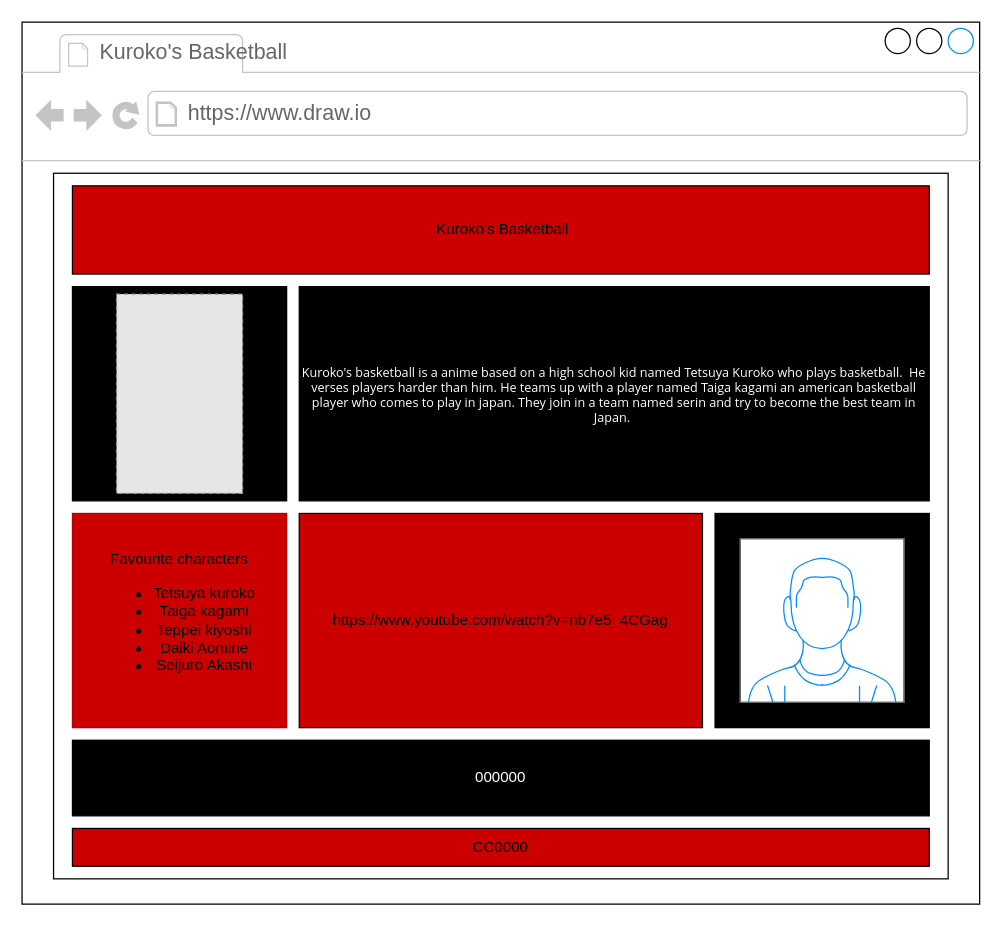
Above: wire frame.drawio in ASDAH-Digtal/18734-noah-aan (draw.io), before the change. Source tidied: cells renumbered, new cells numbered last; positions are measured from the earlier drawing's top-left corner, leaving out a move shared by most shapes. Both pictures are drawn from the tidied source at 126%, with x=0, y=0 at pixel (21, 21). Pictures stored in the file or linked from it are replaced by grey dashed boxes.
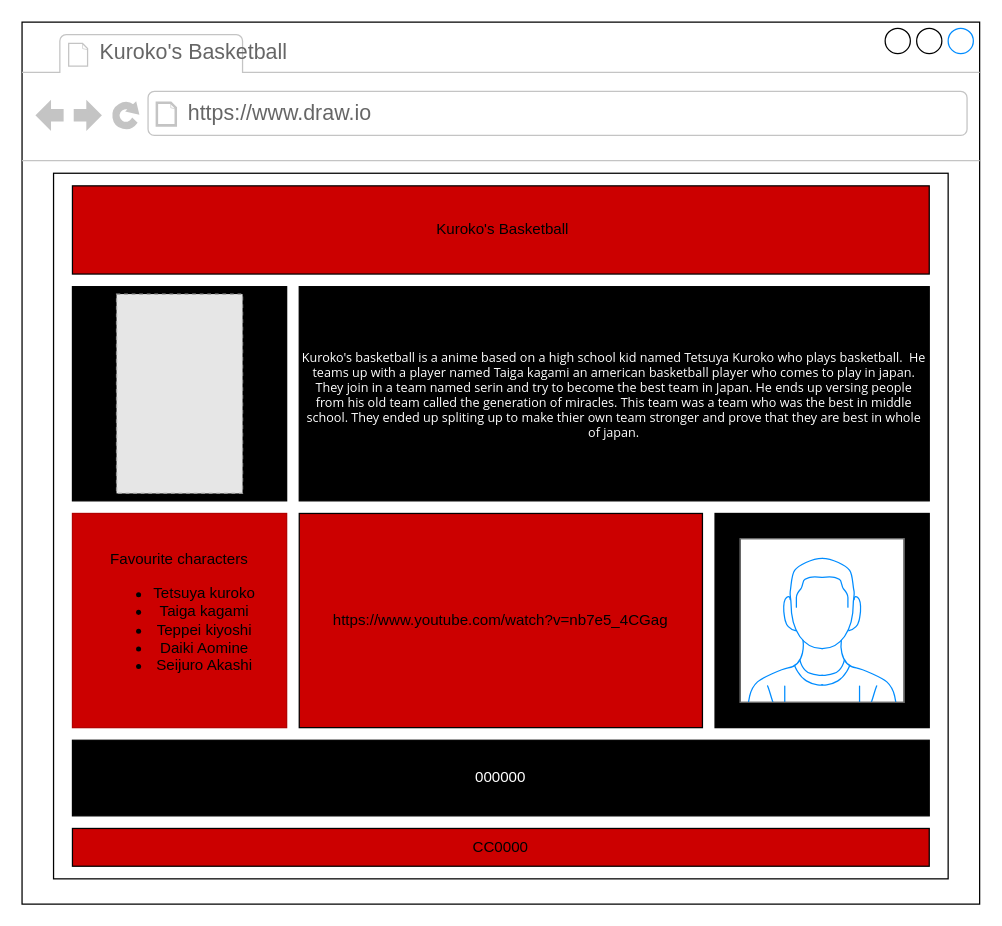
The same diagram, later.

Change to the diagram source:
```diff
@@
 <mxGraphModel>
   <root>
     <mxCell id="0" />
     <mxCell id="1" parent="0" />
     <mxCell id="2" style="strokeWidth=1;shadow=0;dashed=0;align=center;html=1;shape=mxgraph.mockup.containers.browserWindow;rSize=0;strokeColor2=#008cff;strokeColor3=#c4c4c4;mainText=,;" parent="1" vertex="1">
       <mxGeometry width="760" height="700" as="geometry" />
     </mxCell>
     <mxCell id="3" value="Kuroko's Basketball" style="strokeWidth=1;shadow=0;dashed=0;align=center;html=1;shape=mxgraph.mockup.containers.anchor;fontSize=17;fontColor=#666666;align=left;" parent="2" vertex="1">
       <mxGeometry x="60" y="12" width="110" height="26" as="geometry" />
     </mxCell>
     <mxCell id="4" value="https://www.draw.io" style="strokeWidth=1;shadow=0;dashed=0;align=center;html=1;shape=mxgraph.mockup.containers.anchor;rSize=0;fontSize=17;fontColor=#666666;align=left;" parent="2" vertex="1">
       <mxGeometry x="130" y="60" width="250" height="26" as="geometry" />
     </mxCell>
     <mxCell id="5" style="rounded=0;whiteSpace=wrap;html=1;" parent="2" vertex="1">
       <mxGeometry x="25" y="120" width="710" height="560" as="geometry" />
     </mxCell>
     <mxCell id="6" value="&amp;nbsp;Kuroko's Basketball" style="rounded=0;whiteSpace=wrap;html=1;fillColor=#CC0000;" parent="2" vertex="1">
       <mxGeometry x="40" y="130" width="680" height="70" as="geometry" />
     </mxCell>
     <mxCell id="7" style="whiteSpace=wrap;html=1;fillColor=#000000;" parent="2" vertex="1">
       <mxGeometry x="40" y="210" width="170" height="170" as="geometry" />
     </mxCell>
     <mxCell id="8" value="&lt;font color=&quot;#000000&quot;&gt;Favourite characters&lt;br&gt;&lt;ul&gt;&lt;li&gt;&lt;font color=&quot;#000000&quot;&gt;Tetsuya kuroko&lt;/font&gt;&lt;/li&gt;&lt;li&gt;&lt;font color=&quot;#000000&quot;&gt;Taiga kagami&lt;/font&gt;&lt;/li&gt;&lt;li&gt;&lt;font color=&quot;#000000&quot;&gt;Teppei kiyoshi&lt;/font&gt;&lt;/li&gt;&lt;li&gt;&lt;font color=&quot;#000000&quot;&gt;Daiki Aomine&lt;/font&gt;&lt;/li&gt;&lt;li&gt;&lt;font color=&quot;#000000&quot;&gt;Seijuro Akashi&lt;/font&gt;&lt;/li&gt;&lt;/ul&gt;&lt;/font&gt;" style="whiteSpace=wrap;html=1;strokeColor=#B20000;fontColor=#ffffff;fillColor=#CC0000;" parent="2" vertex="1">
       <mxGeometry x="40" y="390" width="170" height="170" as="geometry" />
     </mxCell>
     <mxCell id="9" value="&lt;font color=&quot;#ffffff&quot;&gt;000000&lt;/font&gt;" style="rounded=0;whiteSpace=wrap;html=1;fillColor=#000000;" parent="2" vertex="1">
       <mxGeometry x="40" y="570" width="680" height="60" as="geometry" />
     </mxCell>
-    <mxCell id="10" value="&lt;div class=&quot;OutlineElement Ltr SCXW93701530 BCX0&quot; style=&quot;margin: 0px ; padding: 0px ; overflow: visible ; cursor: text ; clear: both ; position: relative ; direction: ltr ; font-family: &amp;#34;segoe ui&amp;#34; , &amp;#34;segoe ui web&amp;#34; , &amp;#34;arial&amp;#34; , &amp;#34;verdana&amp;#34; , sans-serif ; font-size: 10px&quot;&gt;&lt;div class=&quot;OutlineElement Ltr SCXW93701530 BCX0&quot; style=&quot;margin: 0px ; padding: 0px ; overflow: visible ; cursor: text ; clear: both ; position: relative ; direction: ltr&quot;&gt;&lt;p class=&quot;Paragraph SCXW93701530 BCX0&quot; style=&quot;margin: 0px ; padding: 0px ; overflow-wrap: break-word ; vertical-align: baseline&quot;&gt;&lt;font color=&quot;#ffffff&quot;&gt;Kuroko's basketball is a anime based on a high school kid named Tetsuya Kuroko who plays basketball.&amp;nbsp; He verses players harder than him. He teams up with a player named Taiga kagami an american basketball player who comes to play in japan. They join in a team named serin and try to become the best team in Japan.&amp;nbsp;&lt;/font&gt;&lt;/p&gt;&lt;/div&gt;&lt;/div&gt;" style="rounded=0;whiteSpace=wrap;html=1;fillColor=#000000;" parent="2" vertex="1">
+    <mxCell id="10" value="&lt;div class=&quot;OutlineElement Ltr SCXW93701530 BCX0&quot; style=&quot;margin: 0px ; padding: 0px ; overflow: visible ; cursor: text ; clear: both ; position: relative ; direction: ltr ; font-family: &amp;#34;segoe ui&amp;#34; , &amp;#34;segoe ui web&amp;#34; , &amp;#34;arial&amp;#34; , &amp;#34;verdana&amp;#34; , sans-serif ; font-size: 10px&quot;&gt;&lt;div class=&quot;OutlineElement Ltr SCXW93701530 BCX0&quot; style=&quot;margin: 0px ; padding: 0px ; overflow: visible ; cursor: text ; clear: both ; position: relative ; direction: ltr&quot;&gt;&lt;p class=&quot;Paragraph SCXW93701530 BCX0&quot; style=&quot;margin: 0px ; padding: 0px ; overflow-wrap: break-word ; vertical-align: baseline&quot;&gt;&lt;font color=&quot;#ffffff&quot;&gt;Kuroko's basketball is a anime based on a high school kid named Tetsuya Kuroko who plays basketball.&amp;nbsp; He teams up with a player named Taiga kagami an american basketball player who comes to play in japan. They join in a team named serin and try to become the best team in Japan. He ends up versing people from his old team called the generation of miracles. This team was a team who was the best in middle school. They ended up spliting up to make thier own team stronger and prove that they are best in whole of japan.&lt;/font&gt;&lt;/p&gt;&lt;/div&gt;&lt;/div&gt;" style="rounded=0;whiteSpace=wrap;html=1;fillColor=#000000;" parent="2" vertex="1">
       <mxGeometry x="220" y="210" width="500" height="170" as="geometry" />
     </mxCell>
     <mxCell id="11" value="CC0000" style="rounded=0;whiteSpace=wrap;html=1;fillColor=#CC0000;" parent="2" vertex="1">
       <mxGeometry x="40" y="640" width="680" height="30" as="geometry" />
     </mxCell>
     <mxCell id="12" value="https://www.youtube.com/watch?v=nb7e5_4CGag" style="rounded=0;whiteSpace=wrap;html=1;fillColor=#CC0000;" parent="2" vertex="1">
       <mxGeometry x="220" y="390" width="320" height="170" as="geometry" />
     </mxCell>
     <mxCell id="13" style="whiteSpace=wrap;html=1;fillColor=#000000;" parent="2" vertex="1">
       <mxGeometry x="550" y="390" width="170" height="170" as="geometry" />
     </mxCell>
     <mxCell id="14" style="verticalLabelPosition=bottom;shadow=0;dashed=0;align=center;html=1;verticalAlign=top;strokeWidth=1;shape=mxgraph.mockup.containers.userMale;strokeColor=#666666;strokeColor2=#008cff;" parent="2" vertex="1">
       <mxGeometry x="570" y="410" width="130" height="130" as="geometry" />
     </mxCell>
     <mxCell id="15" style="fillColor=#E6E6E6;strokeColor=#999999;dashed=1;verticalLabelPosition=bottom;labelBackgroundColor=#ffffff;verticalAlign=top;" parent="2" vertex="1">
       <mxGeometry x="75" y="215.9" width="100" height="158.2" as="geometry" />
     </mxCell>
   </root>
 </mxGraphModel>
```
